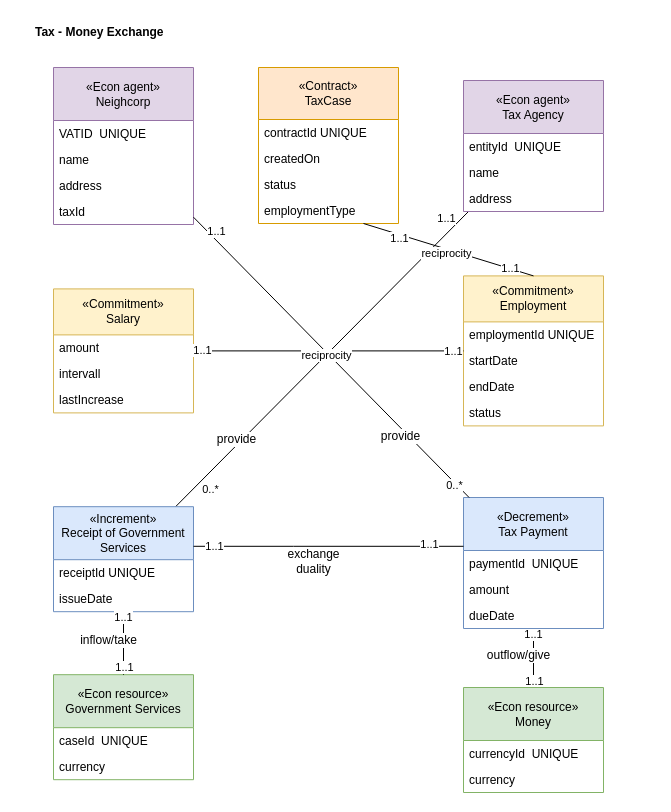
Before: page "Tax Exchange" (8 of 9) of media/IS1_Project_REA.drawio in tudwiglemmel/Neigh-Corp---Golden-Meadows, a draw.io diagram. Source tidied: cells renumbered, new cells numbered last; positions are measured from the earlier drawing's top-left corner, leaving out a move shared by most shapes. Both pictures are drawn from the tidied source at 100%, with x=0, y=0 at pixel (33, 17).
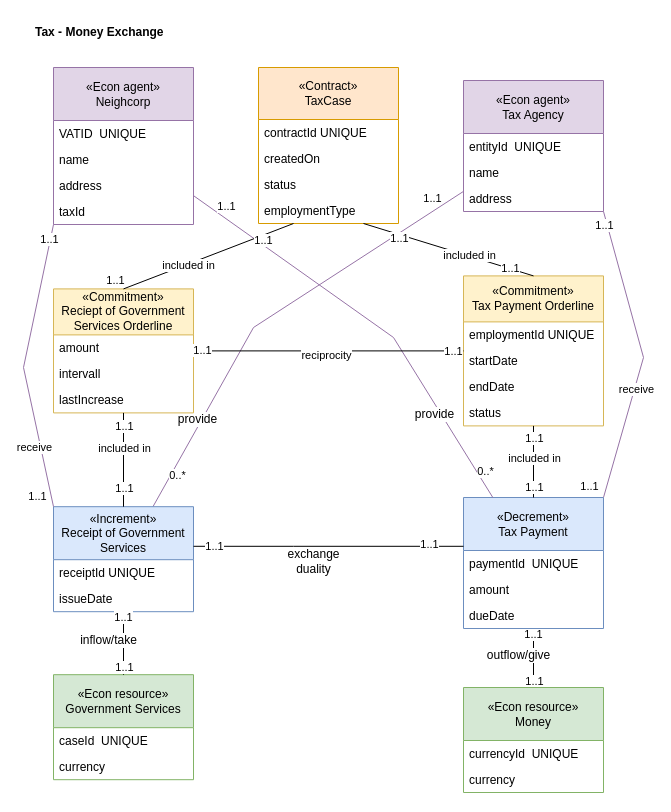
The same diagram, later.

The change refers to these unchanged cells:
```xml
<mxCell id="2" value="«Contract»&lt;div&gt;TaxCase&lt;/div&gt;" style="whiteSpace=wrap;html=1;fillColor=#ffe6cc;strokeColor=#d79b00;shape=swimlane;fontStyle=0;startSize=52;horizontal=1;align=center;verticalAlign=middle;fontFamily=Helvetica;fontSize=12;fontColor=default;" parent="1" vertex="1">
  <mxGeometry x="225" y="50" width="140" height="156" as="geometry" />
</mxCell>
<mxCell id="8" value="«Econ agent»&lt;div&gt;Neighcorp&lt;/div&gt;" style="whiteSpace=wrap;html=1;fillColor=#e1d5e7;strokeColor=#9673a6;shape=swimlane;fontStyle=0;startSize=53;horizontal=1;align=center;verticalAlign=middle;fontFamily=Helvetica;fontSize=12;fontColor=default;" parent="1" vertex="1">
  <mxGeometry x="20" y="50" width="140" height="157" as="geometry" />
</mxCell>
<mxCell id="16" value="«Econ agent»&lt;div&gt;Tax Agency&lt;/div&gt;" style="whiteSpace=wrap;html=1;fillColor=#e1d5e7;strokeColor=#9673a6;shape=swimlane;fontStyle=0;startSize=53;horizontal=1;align=center;verticalAlign=middle;fontFamily=Helvetica;fontSize=12;fontColor=default;" parent="1" vertex="1">
  <mxGeometry x="430" y="63" width="140" height="131" as="geometry" />
</mxCell>
<mxCell id="20" value="«Increment»&lt;div&gt;Receipt of Government Services&lt;/div&gt;" style="whiteSpace=wrap;html=1;fillColor=#dae8fc;strokeColor=#6c8ebf;shape=swimlane;fontStyle=0;startSize=53;horizontal=1;align=center;verticalAlign=middle;fontFamily=Helvetica;fontSize=12;" parent="1" vertex="1">
  <mxGeometry x="20" y="489.2" width="140" height="105" as="geometry" />
</mxCell>
<mxCell id="26" value="«Decrement»&lt;div&gt;Tax Payment&lt;/div&gt;" style="whiteSpace=wrap;html=1;fillColor=#dae8fc;strokeColor=#6c8ebf;shape=swimlane;fontStyle=0;startSize=53;horizontal=1;align=center;verticalAlign=middle;fontFamily=Helvetica;fontSize=12;" parent="1" vertex="1">
  <mxGeometry x="430" y="480" width="140" height="131" as="geometry" />
</mxCell>
<mxCell id="58" style="endArrow=none;html=1;rounded=0;entryX=0.5;entryY=0;entryDx=0;entryDy=0;exitX=0.75;exitY=1;exitDx=0;exitDy=0;" parent="1" edge="1" source="2" target="49">
  <mxGeometry relative="1" as="geometry" />
</mxCell>
```

Diff of the diagram source:
```diff
@@
-    <mxCell id="13" value="provide" style="rounded=0;jettySize=auto;html=1;fontFamily=Helvetica;fontSize=12;fontColor=default;endArrow=none;endFill=0;" parent="1" edge="1" source="16" target="20">
+    <mxCell id="13" value="provide" style="rounded=0;jettySize=auto;html=1;fontFamily=Helvetica;fontSize=12;fontColor=default;endArrow=none;endFill=0;strokeColor=#9673A6;" parent="1" edge="1" source="16" target="20">
       <mxGeometry x="0.57" y="-5" relative="1" as="geometry">
+        <Array as="points">
+          <mxPoint x="220" y="310" />
+        </Array>
         <mxPoint x="1" as="offset" />
       </mxGeometry>
     </mxCell>
     <mxCell id="14" value="1..1" style="edgeLabel;html=1;align=center;verticalAlign=middle;" parent="13" vertex="1">
       <mxGeometry x="-0.78" y="-1" relative="1" as="geometry">
-        <mxPoint x="11" y="-25" as="offset" />
+        <mxPoint x="11" y="-20" as="offset" />
       </mxGeometry>
     </mxCell>
@@
-    <mxCell id="36" value="provide" style="rounded=0;jettySize=auto;html=1;fontFamily=Helvetica;fontSize=12;fontColor=default;endArrow=none;endFill=0;" parent="1" edge="1" source="8" target="26">
-      <mxGeometry x="0.53" y="-6" relative="1" as="geometry" />
+    <mxCell id="36" value="provide" style="rounded=0;jettySize=auto;html=1;fontFamily=Helvetica;fontSize=12;fontColor=default;endArrow=none;endFill=0;strokeColor=#9673A6;" parent="1" edge="1" source="8" target="26">
+      <mxGeometry x="0.53" y="-6" relative="1" as="geometry">
+        <Array as="points">
+          <mxPoint x="360" y="320" />
+        </Array>
+      </mxGeometry>
     </mxCell>
@@
-    <mxCell id="45" value="«Commitment»&lt;div&gt;Salary&lt;/div&gt;" style="whiteSpace=wrap;html=1;fillColor=#fff2cc;strokeColor=#d6b656;shape=swimlane;fontStyle=0;startSize=46;horizontal=1;align=center;verticalAlign=middle;fontFamily=Helvetica;fontSize=12;fontColor=default;" parent="1" vertex="1">
+    <mxCell id="45" value="«Commitment»&lt;div&gt;Reciept of Government Services Orderline&lt;/div&gt;" style="whiteSpace=wrap;html=1;fillColor=#fff2cc;strokeColor=#d6b656;shape=swimlane;fontStyle=0;startSize=46;horizontal=1;align=center;verticalAlign=middle;fontFamily=Helvetica;fontSize=12;fontColor=default;" parent="1" vertex="1">
       <mxGeometry x="20" y="271.4" width="140" height="124" as="geometry" />
     </mxCell>
@@
-    <mxCell id="49" value="«Commitment»&lt;div&gt;Employment&lt;/div&gt;" style="whiteSpace=wrap;html=1;fillColor=#fff2cc;strokeColor=#d6b656;shape=swimlane;fontStyle=0;startSize=46;horizontal=1;align=center;verticalAlign=middle;fontFamily=Helvetica;fontSize=12;fontColor=default;" parent="1" vertex="1">
+    <mxCell id="49" value="«Commitment»&lt;div&gt;Tax Payment Orderline&lt;/div&gt;" style="whiteSpace=wrap;html=1;fillColor=#fff2cc;strokeColor=#d6b656;shape=swimlane;fontStyle=0;startSize=46;horizontal=1;align=center;verticalAlign=middle;fontFamily=Helvetica;fontSize=12;fontColor=default;" parent="1" vertex="1">
       <mxGeometry x="430" y="258.4" width="140" height="150" as="geometry" />
     </mxCell>
@@
-    <mxCell id="59" value="reciprocity" style="edgeLabel;html=1;align=center;verticalAlign=middle;" parent="58" vertex="1">
-      <mxGeometry x="-0.02" y="-3" relative="1" as="geometry">
-        <mxPoint y="1" as="offset" />
-      </mxGeometry>
-    </mxCell>
@@
+    <mxCell id="62" value="included in" style="edgeLabel;html=1;align=center;verticalAlign=middle;" parent="58" vertex="1">
+      <mxGeometry x="0.24" y="1" relative="1" as="geometry" />
+    </mxCell>
+    <mxCell id="63" style="endArrow=none;html=1;rounded=0;entryX=0.5;entryY=0;entryDx=0;entryDy=0;exitX=0.25;exitY=1;exitDx=0;exitDy=0;" parent="1" edge="1" source="2" target="45">
+      <mxGeometry relative="1" as="geometry" />
+    </mxCell>
+    <mxCell id="64" value="1..1" style="edgeLabel;html=1;align=center;verticalAlign=middle;" parent="63" vertex="1">
+      <mxGeometry x="-0.94" y="1" relative="1" as="geometry">
+        <mxPoint x="-26" y="14" as="offset" />
+      </mxGeometry>
+    </mxCell>
+    <mxCell id="65" value="1..1" style="edgeLabel;html=1;align=center;verticalAlign=middle;" parent="63" vertex="1">
+      <mxGeometry x="0.91" relative="1" as="geometry">
+        <mxPoint x="-16" y="-6" as="offset" />
+      </mxGeometry>
+    </mxCell>
+    <mxCell id="66" value="included in" style="edgeLabel;html=1;align=center;verticalAlign=middle;" parent="63" vertex="1">
+      <mxGeometry x="0.24" y="1" relative="1" as="geometry" />
+    </mxCell>
+    <mxCell id="67" style="endArrow=none;html=1;rounded=0;entryX=0.5;entryY=0;entryDx=0;entryDy=0;exitX=0.5;exitY=1;exitDx=0;exitDy=0;" parent="1" edge="1" source="49" target="26">
+      <mxGeometry relative="1" as="geometry" />
+    </mxCell>
+    <mxCell id="68" value="1..1" style="edgeLabel;html=1;align=center;verticalAlign=middle;" parent="67" vertex="1">
+      <mxGeometry x="-0.94" y="1" relative="1" as="geometry">
+        <mxPoint x="-1" y="10" as="offset" />
+      </mxGeometry>
+    </mxCell>
+    <mxCell id="69" value="1..1" style="edgeLabel;html=1;align=center;verticalAlign=middle;" parent="67" vertex="1">
+      <mxGeometry x="0.87" relative="1" as="geometry">
+        <mxPoint y="-6" as="offset" />
+      </mxGeometry>
+    </mxCell>
+    <mxCell id="70" value="included in" style="edgeLabel;html=1;align=center;verticalAlign=middle;" parent="67" vertex="1">
+      <mxGeometry x="0.24" y="1" relative="1" as="geometry">
+        <mxPoint x="-1" y="-12" as="offset" />
+      </mxGeometry>
+    </mxCell>
+    <mxCell id="71" style="endArrow=none;html=1;rounded=0;entryX=0.5;entryY=0;entryDx=0;entryDy=0;exitX=0.5;exitY=1;exitDx=0;exitDy=0;" parent="1" edge="1" source="45" target="20">
+      <mxGeometry relative="1" as="geometry" />
+    </mxCell>
+    <mxCell id="72" value="1..1" style="edgeLabel;html=1;align=center;verticalAlign=middle;" parent="71" vertex="1">
+      <mxGeometry x="-0.94" y="1" relative="1" as="geometry">
+        <mxPoint x="-1" y="10" as="offset" />
+      </mxGeometry>
+    </mxCell>
+    <mxCell id="73" value="1..1" style="edgeLabel;html=1;align=center;verticalAlign=middle;" parent="71" vertex="1">
+      <mxGeometry x="0.92" relative="1" as="geometry">
+        <mxPoint y="-15" as="offset" />
+      </mxGeometry>
+    </mxCell>
+    <mxCell id="74" value="included in" style="edgeLabel;html=1;align=center;verticalAlign=middle;" parent="71" vertex="1">
+      <mxGeometry x="0.24" y="1" relative="1" as="geometry">
+        <mxPoint x="-1" y="-23" as="offset" />
+      </mxGeometry>
+    </mxCell>
+    <mxCell id="75" style="endArrow=none;html=1;rounded=0;entryX=1;entryY=0;entryDx=0;entryDy=0;exitX=1;exitY=1;exitDx=0;exitDy=0;strokeColor=#9673A6;" parent="1" edge="1" source="16" target="26">
+      <mxGeometry x="0.04" relative="1" as="geometry">
+        <Array as="points">
+          <mxPoint x="610" y="340" />
+        </Array>
+      </mxGeometry>
+    </mxCell>
+    <mxCell id="76" value="1..1" style="edgeLabel;html=1;align=center;verticalAlign=middle;" parent="75" vertex="1">
+      <mxGeometry x="-0.94" y="1" relative="1" as="geometry">
+        <mxPoint x="-3" y="5" as="offset" />
+      </mxGeometry>
+    </mxCell>
+    <mxCell id="77" value="1..1" style="edgeLabel;html=1;align=center;verticalAlign=middle;" parent="75" vertex="1">
+      <mxGeometry x="0.96" relative="1" as="geometry">
+        <mxPoint x="-16" y="-6" as="offset" />
+      </mxGeometry>
+    </mxCell>
+    <mxCell id="78" value="receive" style="edgeLabel;html=1;align=center;verticalAlign=middle;" parent="75" vertex="1">
+      <mxGeometry x="0.24" y="1" relative="1" as="geometry" />
+    </mxCell>
+    <mxCell id="79" style="endArrow=none;html=1;rounded=0;entryX=0;entryY=0;entryDx=0;entryDy=0;exitX=0;exitY=1;exitDx=0;exitDy=0;strokeColor=#9673A6;" parent="1" edge="1" source="8" target="20">
+      <mxGeometry x="0.22" relative="1" as="geometry">
+        <Array as="points">
+          <mxPoint x="-10" y="350" />
+        </Array>
+      </mxGeometry>
+    </mxCell>
+    <mxCell id="80" value="1..1" style="edgeLabel;html=1;align=center;verticalAlign=middle;" parent="79" vertex="1">
+      <mxGeometry x="-0.93" y="1" relative="1" as="geometry">
+        <mxPoint x="-3" y="5" as="offset" />
+      </mxGeometry>
+    </mxCell>
+    <mxCell id="81" value="1..1" style="edgeLabel;html=1;align=center;verticalAlign=middle;" parent="79" vertex="1">
+      <mxGeometry x="0.97" relative="1" as="geometry">
+        <mxPoint x="-16" y="-6" as="offset" />
+      </mxGeometry>
+    </mxCell>
+    <mxCell id="82" value="receive" style="edgeLabel;html=1;align=center;verticalAlign=middle;" parent="79" vertex="1">
+      <mxGeometry x="0.28" y="1" relative="1" as="geometry">
+        <mxPoint x="1" y="42" as="offset" />
+      </mxGeometry>
+    </mxCell>
```
